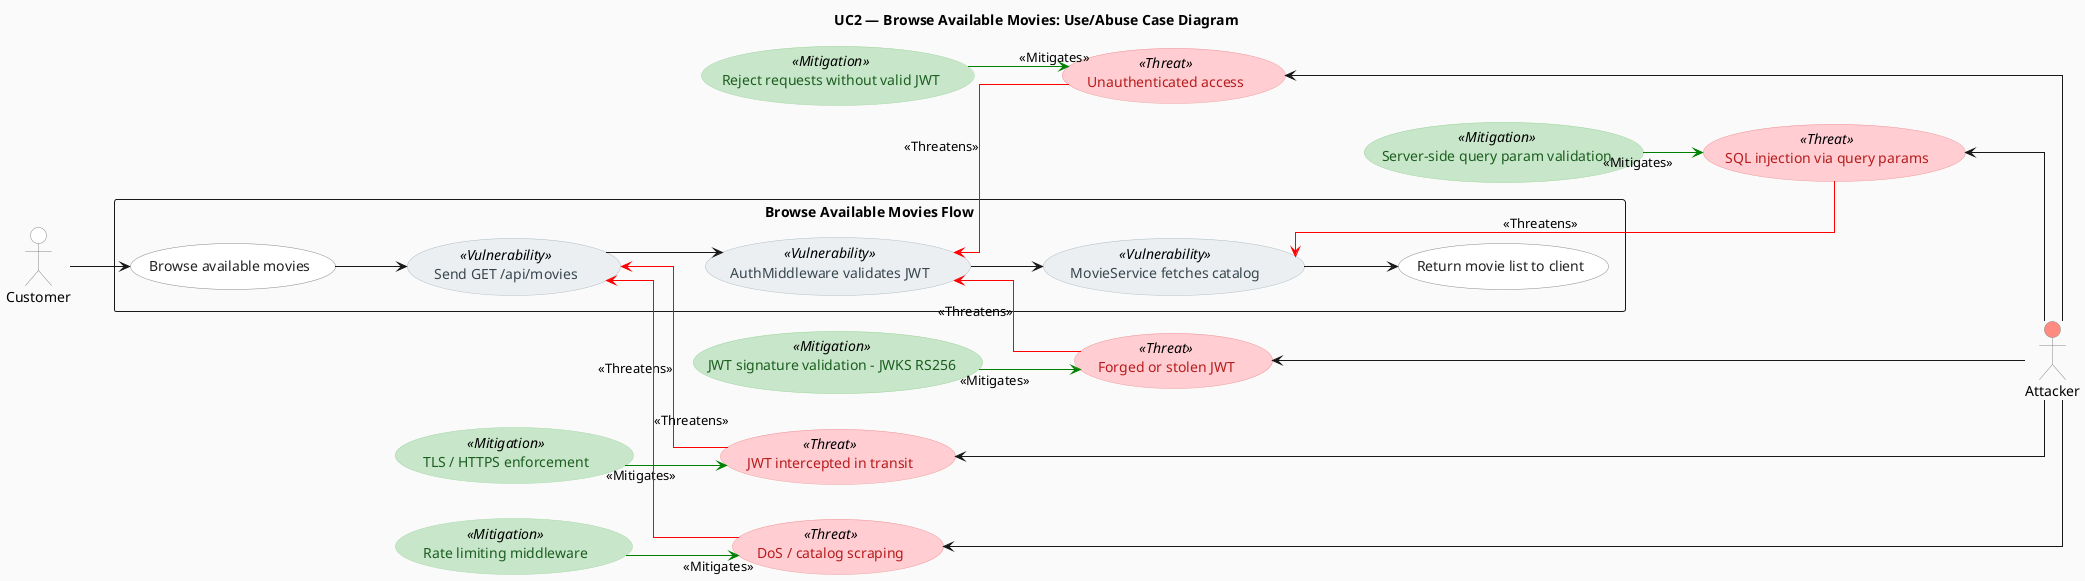
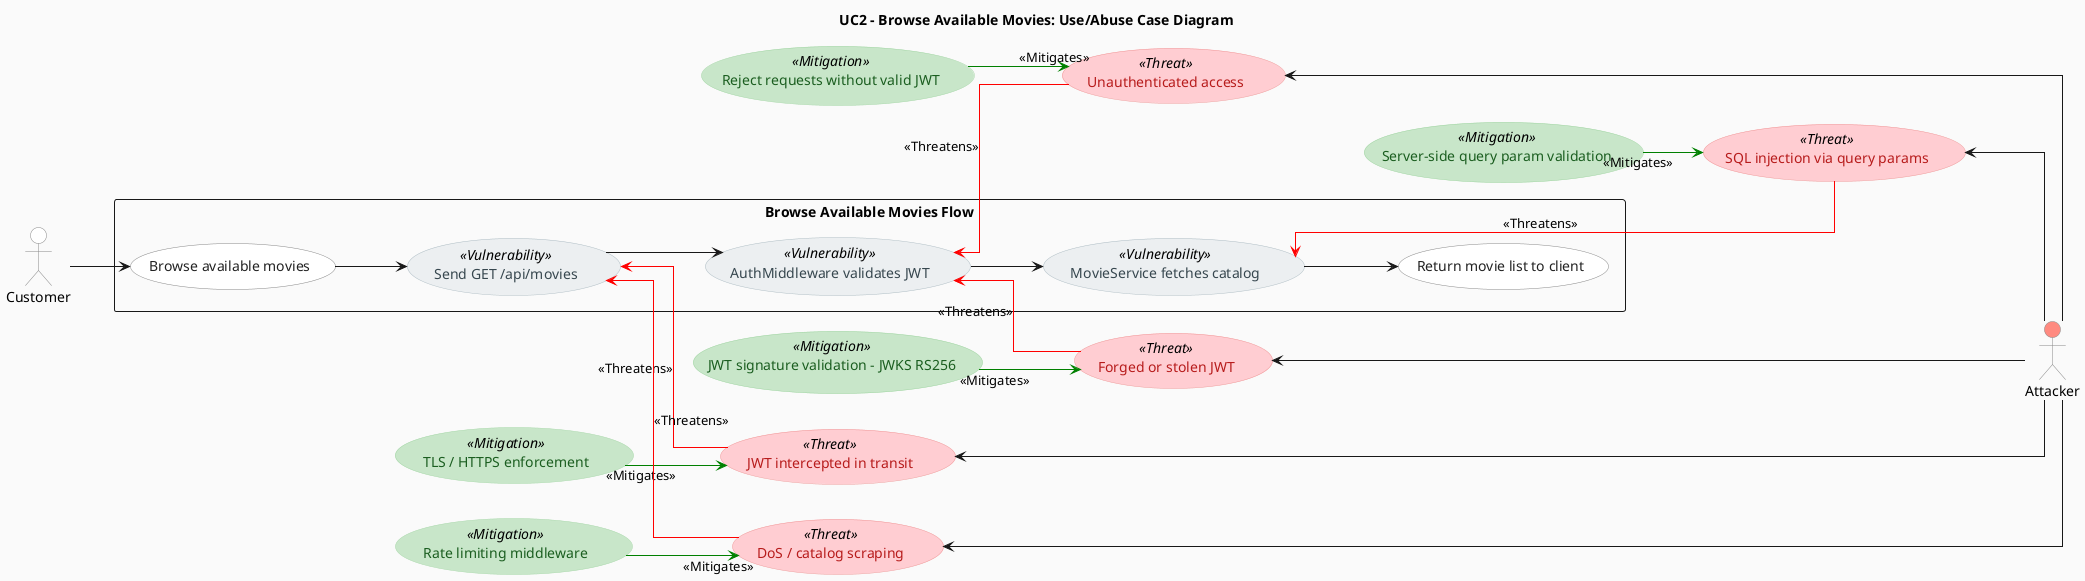
@startuml
left to right direction
skinparam linetype ortho
skinparam shadowing false
skinparam backgroundColor #FAFAFA

skinparam usecase {
  BackgroundColor #FFFFFF
  BorderColor #888888
  FontColor #222222
}
skinparam usecase {
  BackgroundColor<<Threat>> #FFCDD2
  FontColor<<Threat>> #B71C1C
  BorderColor<<Threat>> #EF9A9A
}
skinparam usecase {
  BackgroundColor<<Mitigation>> #C8E6C9
  FontColor<<Mitigation>> #1B5E20
  BorderColor<<Mitigation>> #A5D6A7
}
skinparam usecase {
  BackgroundColor<<Vulnerability>> #ECEFF1
  FontColor<<Vulnerability>> #37474F
  BorderColor<<Vulnerability>> #B0BEC5
}

skinparam actor {
  BackgroundColor #FFFFFF
  BorderColor #888888
}

- title UC2 — Browse Available Movies: Use/Abuse Case Diagram
+ title UC2 - Browse Available Movies: Use/Abuse Case Diagram

actor Customer
actor Attacker #FF8A80

' --- LEGITIMATE FLOW
rectangle "Browse Available Movies Flow" {
  Customer --> (Browse available movies)
  (Browse available movies) --> (Send GET /api/movies)
  (Send GET /api/movies) --> (AuthMiddleware validates JWT) <<Mitigation>>
  (AuthMiddleware validates JWT) --> (MovieService fetches catalog)
  (MovieService fetches catalog) --> (Return movie list to client)
}

' --- VULNERABILITIES
(Send GET /api/movies) <<Vulnerability>>
(AuthMiddleware validates JWT) <<Vulnerability>>
(MovieService fetches catalog) <<Vulnerability>>

' --- PAIR 1: Unauthenticated access
(AuthMiddleware validates JWT) <-- (Unauthenticated access) #red : <<Threatens>>
(Unauthenticated access) <<Threat>>
(Unauthenticated access) <-- Attacker
(Reject requests without valid JWT) <<Mitigation>>
(Reject requests without valid JWT) --> (Unauthenticated access) #green : <<Mitigates>>

' --- PAIR 2: Forged or stolen JWT
(AuthMiddleware validates JWT) <-- (Forged or stolen JWT) #red : <<Threatens>>
(Forged or stolen JWT) <<Threat>>
(Forged or stolen JWT) <-- Attacker
(JWT signature validation - JWKS RS256) <<Mitigation>>
(JWT signature validation - JWKS RS256) --> (Forged or stolen JWT) #green : <<Mitigates>>

' --- PAIR 3: JWT intercepted in transit
(Send GET /api/movies) <-- (JWT intercepted in transit) #red : <<Threatens>>
(JWT intercepted in transit) <<Threat>>
(JWT intercepted in transit) <----- Attacker
(TLS / HTTPS enforcement) <<Mitigation>>
(TLS / HTTPS enforcement) --> (JWT intercepted in transit) #green : <<Mitigates>>

' --- PAIR 4: DoS / catalog scraping
(Send GET /api/movies) <-- (DoS / catalog scraping) #red : <<Threatens>>
(DoS / catalog scraping) <<Threat>>
(DoS / catalog scraping) <-- Attacker
(Rate limiting middleware) <<Mitigation>>
(Rate limiting middleware) --> (DoS / catalog scraping) #green : <<Mitigates>>

' --- PAIR 5: SQL injection
(MovieService fetches catalog) <-- (SQL injection via query params) #red : <<Threatens>>
(SQL injection via query params) <<Threat>>
(SQL injection via query params) <-- Attacker
(Server-side query param validation) <<Mitigation>>
(Server-side query param validation) --> (SQL injection via query params) #green : <<Mitigates>>


@enduml
